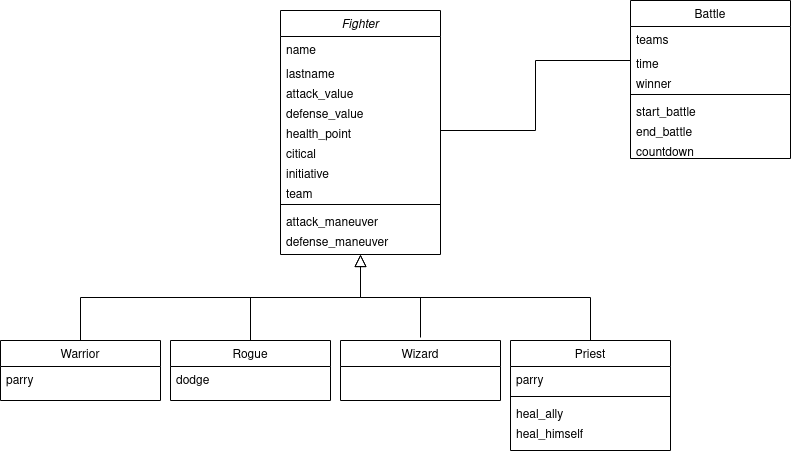
Before: uml_class.png, a diagram exported from draw.io (nomisirenh/auto_combat_game). Source tidied: cells renumbered, new cells last; positions are measured from the earlier drawing's top-left corner, leaving out a move shared by most shapes.
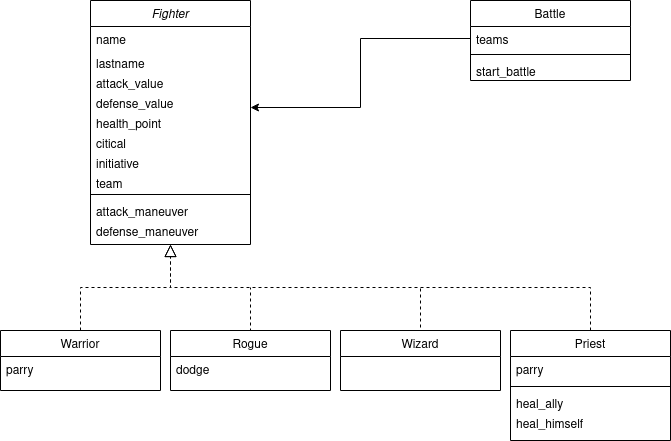
Above is the later version.

Commit message:
Correct umls

Change to the diagram source:
```diff
@@ -3,7 +3,7 @@
     <mxCell id="0" />
     <mxCell id="1" parent="0" />
     <mxCell id="2" value="Fighter" style="swimlane;fontStyle=2;align=center;verticalAlign=top;horizontal=1;startSize=26;rounded=0;shadow=0;strokeWidth=1;" parent="1" vertex="1">
-      <mxGeometry x="280" y="10" width="160" height="244" as="geometry" />
+      <mxGeometry x="90" y="10" width="160" height="244" as="geometry" />
     </mxCell>
     <mxCell id="3" value="name" style="text;align=left;verticalAlign=top;spacingLeft=4;spacingRight=4;overflow=hidden;" parent="2" vertex="1">
       <mxGeometry y="26" width="160" height="24" as="geometry" />
@@ -44,7 +44,7 @@
     <mxCell id="15" value="parry" style="text;align=left;verticalAlign=top;spacingLeft=4;spacingRight=4;overflow=hidden;rounded=0;shadow=0;html=0;" parent="14" vertex="1">
       <mxGeometry y="26" width="160" height="24" as="geometry" />
     </mxCell>
-    <mxCell id="16" style="endArrow=block;endSize=10;endFill=0;shadow=0;strokeWidth=1;rounded=0;edgeStyle=elbowEdgeStyle;elbow=vertical;" parent="1" edge="1" source="14" target="2">
+    <mxCell id="16" style="endArrow=block;endSize=10;endFill=0;shadow=0;strokeWidth=1;rounded=0;edgeStyle=elbowEdgeStyle;elbow=vertical;dashed=1;" parent="1" edge="1" source="14" target="2">
       <mxGeometry relative="1" as="geometry" />
     </mxCell>
     <mxCell id="17" value="Priest" style="swimlane;fontStyle=0;align=center;verticalAlign=top;horizontal=1;startSize=26;rounded=0;shadow=0;strokeWidth=1;" parent="1" vertex="1">
@@ -62,10 +62,10 @@
     <mxCell id="21" value="heal_himself" style="text;align=left;verticalAlign=top;spacingLeft=4;spacingRight=4;overflow=hidden;" parent="17" vertex="1">
       <mxGeometry y="80" width="160" height="20" as="geometry" />
     </mxCell>
-    <mxCell id="22" style="endArrow=block;endSize=10;endFill=0;shadow=0;strokeWidth=1;rounded=0;edgeStyle=elbowEdgeStyle;elbow=vertical;" parent="1" edge="1" source="17" target="2">
+    <mxCell id="22" style="endArrow=block;endSize=10;endFill=0;shadow=0;strokeWidth=1;rounded=0;edgeStyle=elbowEdgeStyle;elbow=vertical;dashed=1;" parent="1" edge="1" source="17" target="2">
       <mxGeometry relative="1" as="geometry" />
     </mxCell>
-    <mxCell id="23" style="edgeStyle=orthogonalEdgeStyle;rounded=0;orthogonalLoop=1;jettySize=auto;html=1;exitX=0.5;exitY=0;exitDx=0;exitDy=0;endArrow=none;endFill=0;" parent="1" edge="1">
+    <mxCell id="23" style="edgeStyle=orthogonalEdgeStyle;rounded=0;orthogonalLoop=1;jettySize=auto;html=1;exitX=0.5;exitY=0;exitDx=0;exitDy=0;endArrow=none;endFill=0;dashed=1;" parent="1" edge="1">
       <mxGeometry relative="1" as="geometry">
         <mxPoint x="250" y="347" as="sourcePoint" />
         <mxPoint x="250" y="297" as="targetPoint" />
@@ -77,7 +77,7 @@
     <mxCell id="25" value="dodge" style="text;align=left;verticalAlign=top;spacingLeft=4;spacingRight=4;overflow=hidden;rounded=0;shadow=0;html=0;" parent="24" vertex="1">
       <mxGeometry y="26" width="160" height="24" as="geometry" />
     </mxCell>
-    <mxCell id="26" style="edgeStyle=orthogonalEdgeStyle;rounded=0;orthogonalLoop=1;jettySize=auto;html=1;exitX=0.5;exitY=0;exitDx=0;exitDy=0;endArrow=none;endFill=0;" parent="1" edge="1">
+    <mxCell id="26" style="edgeStyle=orthogonalEdgeStyle;rounded=0;orthogonalLoop=1;jettySize=auto;html=1;exitX=0.5;exitY=0;exitDx=0;exitDy=0;endArrow=none;endFill=0;dashed=1;" parent="1" edge="1">
       <mxGeometry relative="1" as="geometry">
         <mxPoint x="420" y="337" as="sourcePoint" />
         <mxPoint x="420" y="297" as="targetPoint" />
@@ -87,31 +87,19 @@
       <mxGeometry x="340" y="340" width="160" height="60" as="geometry" />
     </mxCell>
     <mxCell id="28" value="Battle" style="swimlane;fontStyle=0;align=center;verticalAlign=top;horizontal=1;startSize=26;rounded=0;shadow=0;strokeWidth=1;" parent="1" vertex="1">
-      <mxGeometry x="630" width="160" height="158" as="geometry" />
+      <mxGeometry x="470" y="10" width="160" height="80" as="geometry" />
     </mxCell>
     <mxCell id="29" value="teams" style="text;align=left;verticalAlign=top;spacingLeft=4;spacingRight=4;overflow=hidden;points=[[0,0.5],[1,0.5]];portConstraint=eastwest;" parent="28" vertex="1">
       <mxGeometry y="26" width="160" height="24" as="geometry" />
     </mxCell>
-    <mxCell id="30" value="time" style="text;align=left;verticalAlign=top;spacingLeft=4;spacingRight=4;overflow=hidden;points=[[0,0.5],[1,0.5]];portConstraint=eastwest;" parent="28" vertex="1">
-      <mxGeometry y="50" width="160" height="20" as="geometry" />
-    </mxCell>
-    <mxCell id="31" value="winner" style="text;align=left;verticalAlign=top;spacingLeft=4;spacingRight=4;overflow=hidden;" parent="28" vertex="1">
-      <mxGeometry y="70" width="160" height="20" as="geometry" />
-    </mxCell>
     <mxCell id="32" style="line;html=1;strokeWidth=1;align=left;verticalAlign=middle;spacingTop=-1;spacingLeft=3;spacingRight=3;labelPosition=right;" parent="28" vertex="1">
-      <mxGeometry y="90" width="160" height="8" as="geometry" />
+      <mxGeometry y="50" width="160" height="8" as="geometry" />
     </mxCell>
     <mxCell id="33" value="start_battle" style="text;align=left;verticalAlign=top;spacingLeft=4;spacingRight=4;overflow=hidden;" parent="28" vertex="1">
-      <mxGeometry y="98" width="160" height="20" as="geometry" />
+      <mxGeometry y="58" width="160" height="20" as="geometry" />
     </mxCell>
-    <mxCell id="34" value="end_battle&#10;" style="text;align=left;verticalAlign=top;spacingLeft=4;spacingRight=4;overflow=hidden;" parent="28" vertex="1">
-      <mxGeometry y="118" width="160" height="20" as="geometry" />
-    </mxCell>
-    <mxCell id="35" value="countdown" style="text;align=left;verticalAlign=top;spacingLeft=4;spacingRight=4;overflow=hidden;" parent="28" vertex="1">
-      <mxGeometry y="138" width="160" height="20" as="geometry" />
-    </mxCell>
-    <mxCell id="36" style="edgeStyle=orthogonalEdgeStyle;rounded=0;jettySize=auto;html=1;exitX=1;exitY=0.5;exitDx=0;exitDy=0;entryX=0;entryY=0.5;entryDx=0;entryDy=0;endArrow=none;endFill=0;" parent="1" edge="1" source="7" target="30">
-      <mxGeometry relative="1" as="geometry" />
-    </mxCell>
+    <mxCell id="37" style="edgeStyle=orthogonalEdgeStyle;rounded=0;jettySize=auto;html=1;exitX=0;exitY=0.5;exitDx=0;exitDy=0;entryX=1;entryY=-0.15;entryDx=0;entryDy=0;entryPerimeter=0;" parent="1" edge="1" source="29" target="7">
+      <mxGeometry relative="1" as="geometry" />
+    </mxCell>
   </root>
 </mxGraphModel>
```
